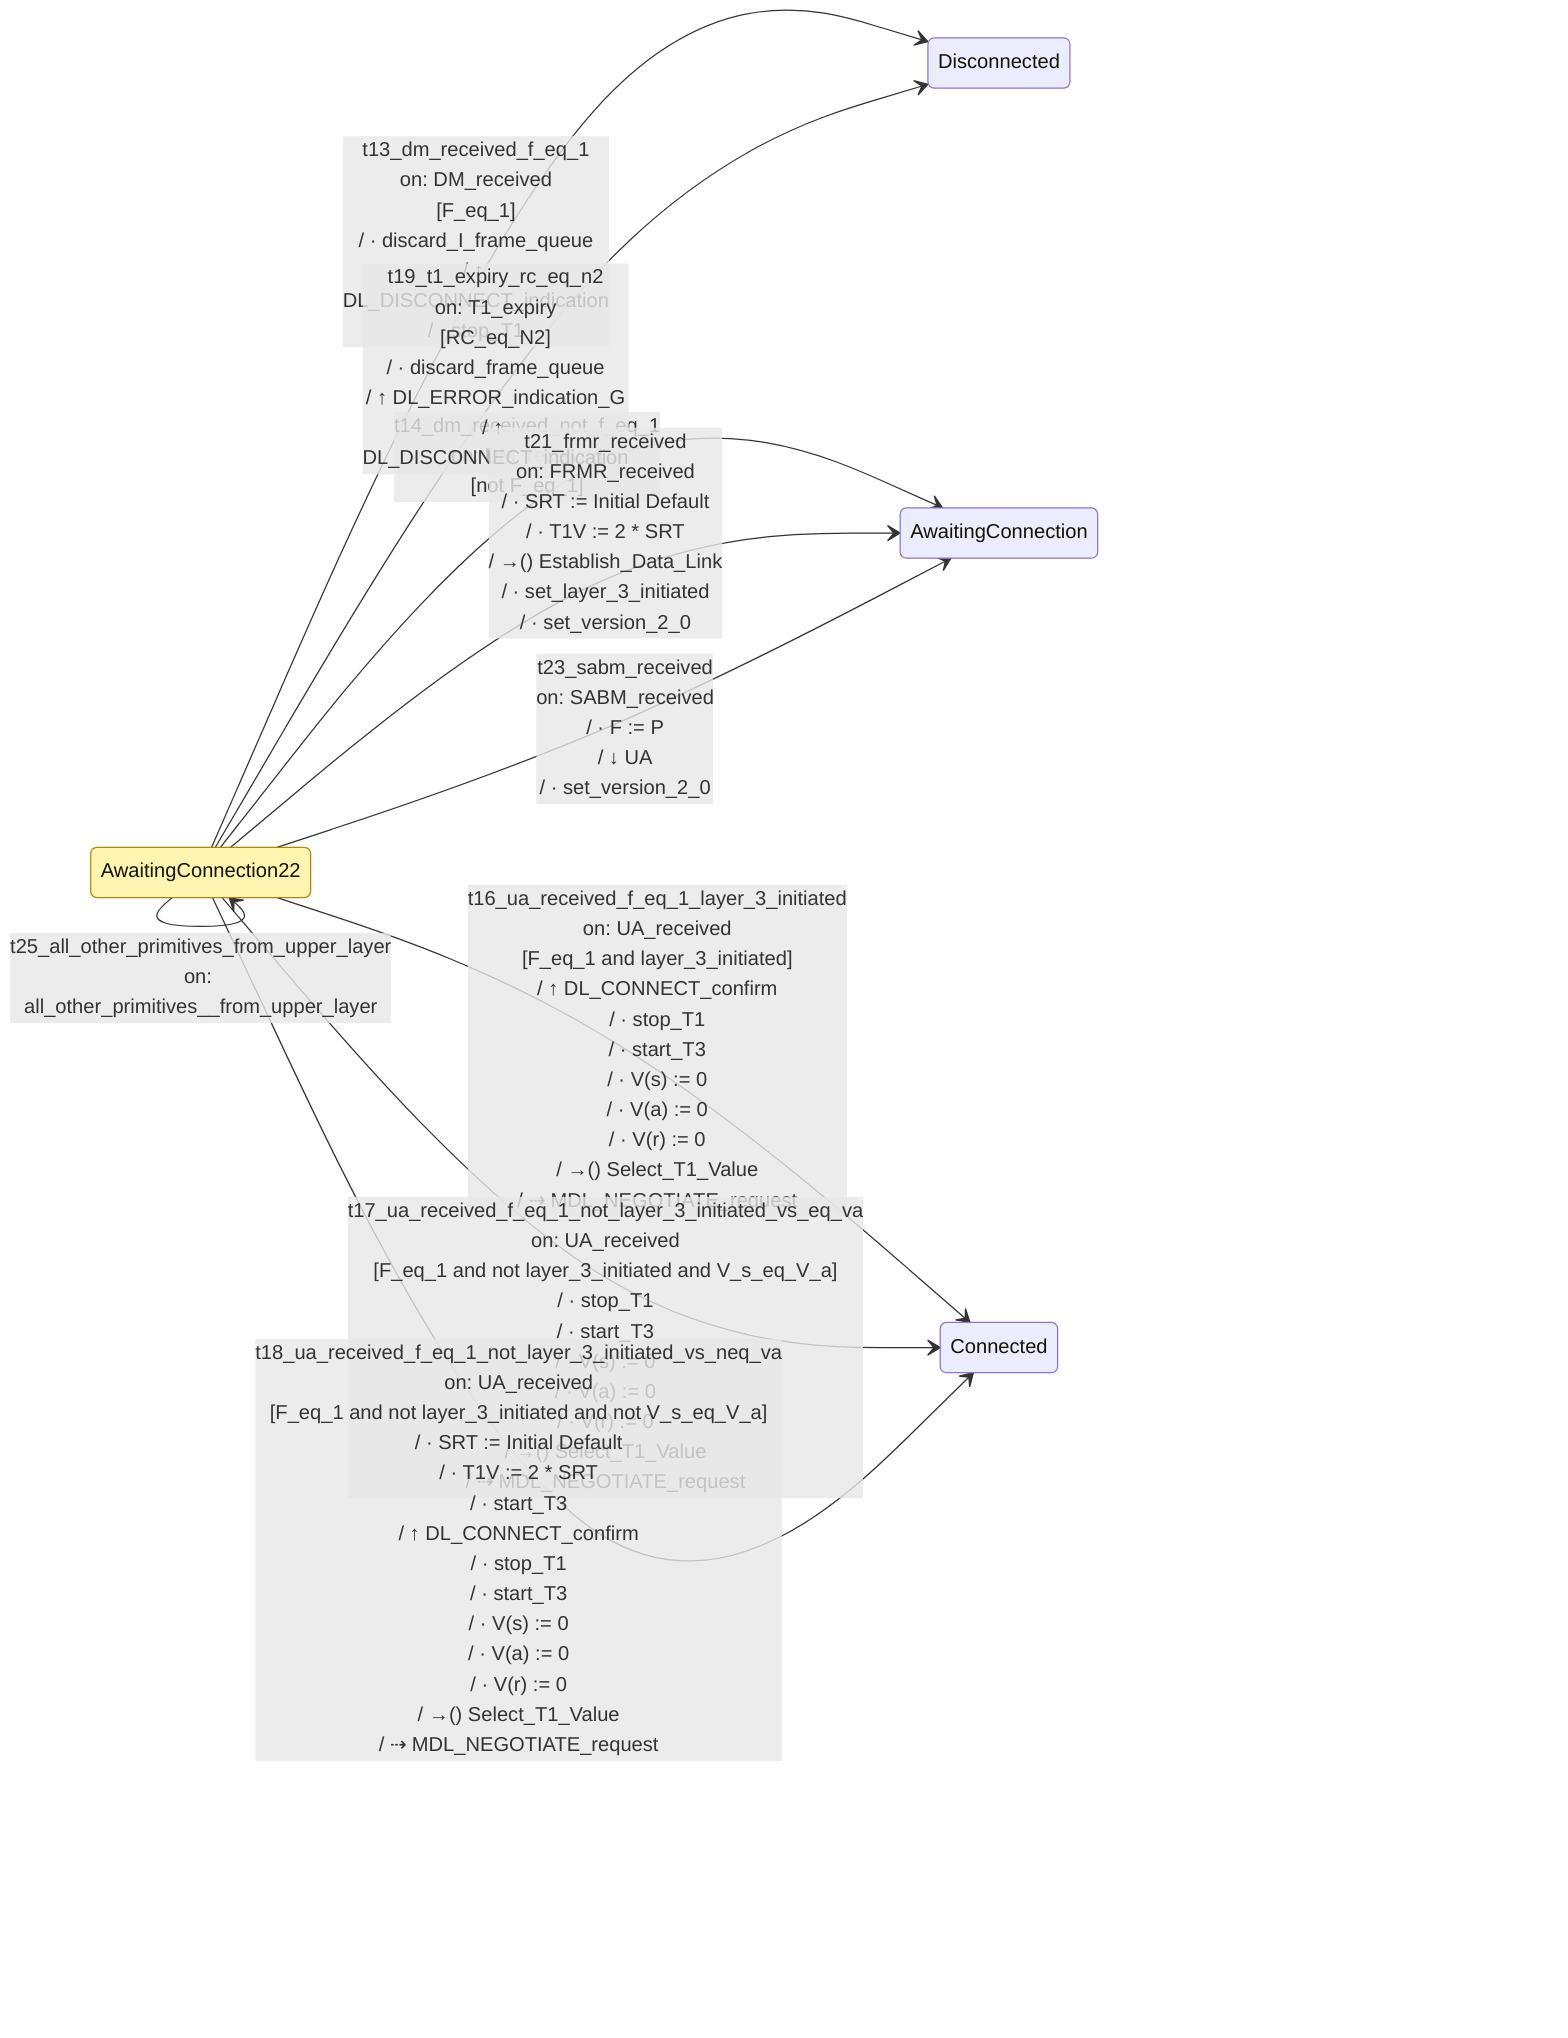
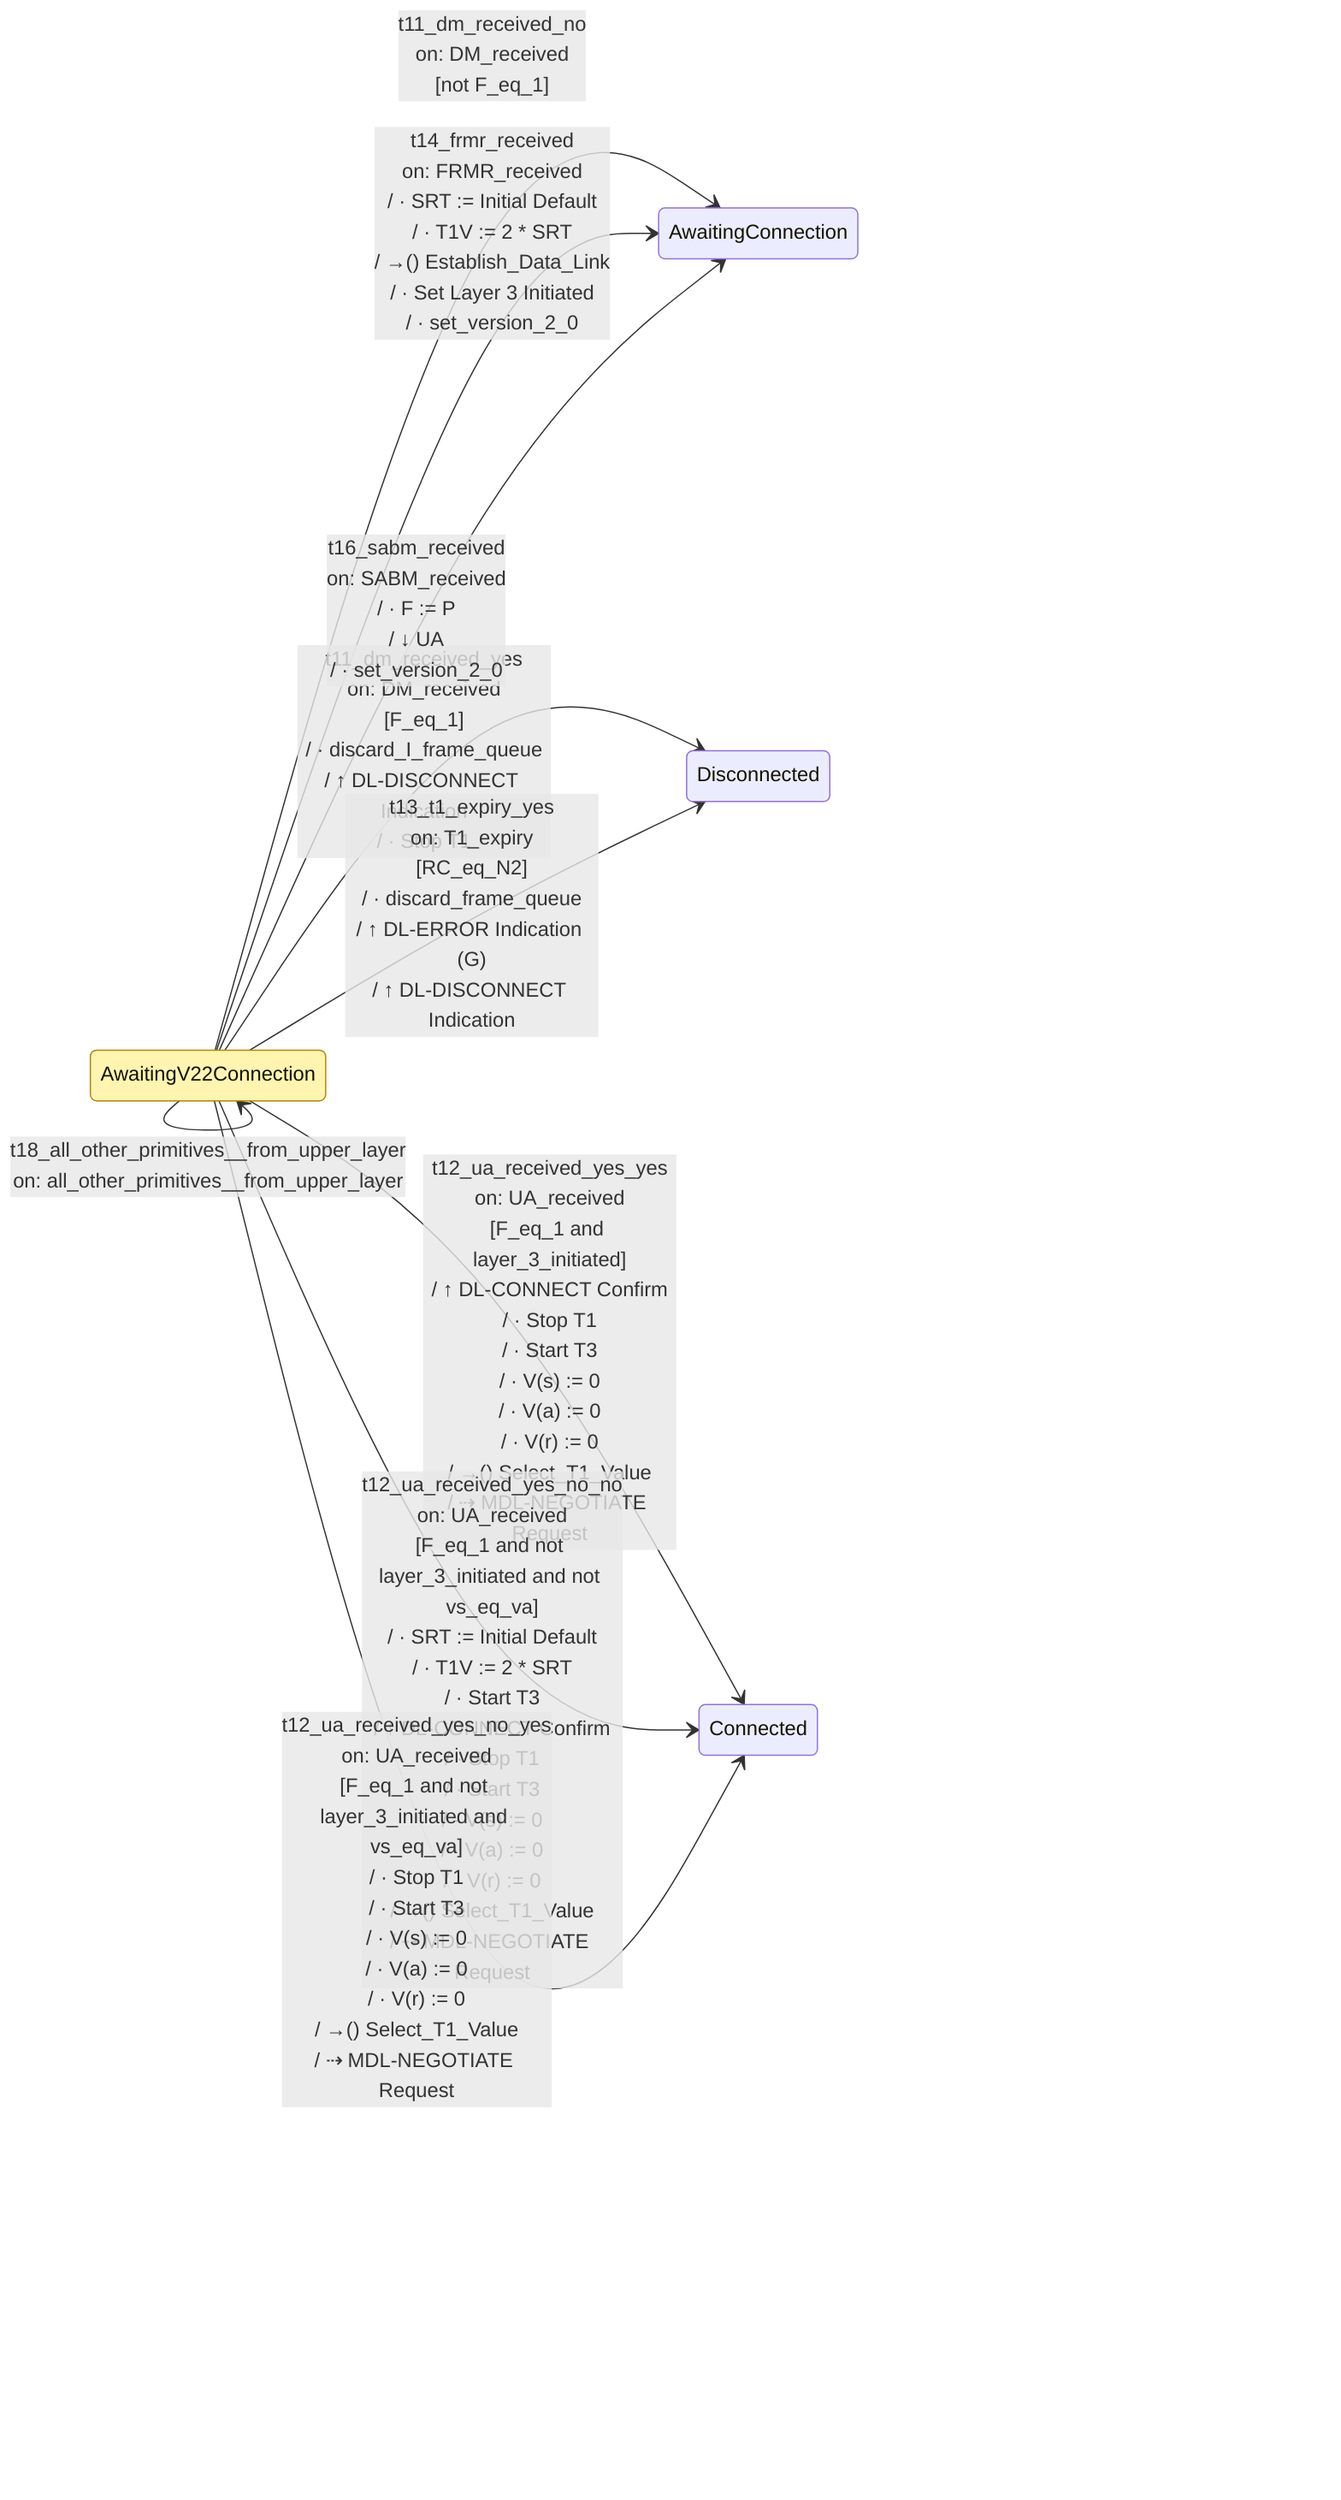
%% This file was produced by codegen/src/Packet.Sdl.CodeGen from spec-sdl/v2.2-errata/data-link/awaiting_v22_connection.sdl.yaml
%% Do not edit by hand. Run `dotnet run --project codegen/src/Packet.Sdl.CodeGen` to regenerate.
%%
%% Source: ax.25.2.2.4_Oct_25, figure figc4.6
- %% URL: https://raw.githubusercontent.com/packethacking/ax25spec/main/doc/media/figc4.6.png
%% Coverage: complete
%%
%% Important: this rendering is approximate and intentionally
%% looks nothing like the original SDL figure. It is a machine-
%% generated view of the transitions in the .sdl.yaml — useful
%% for spotting transcription bugs (missing transitions, wrong
%% destination state) but NOT a substitute for reading the spec
%% figure itself. See docs/sdl-primer.md.

stateDiagram-v2
    direction LR

    classDef focal fill:#fff5b1,stroke:#b08800;
-     class AwaitingConnection22 focal
-     AwaitingConnection22 --> AwaitingConnection22: t01_dl_connect_request<br/>on: DL_CONNECT_request<br/>/ · discard_queue<br/>/ · set_layer_3_initiated
-     AwaitingConnection22 --> AwaitingConnection22: t02_dl_unit_data_request<br/>on: DL_UNIT_DATA_request<br/>/ ↓ UI_command
-     AwaitingConnection22 --> AwaitingConnection22: t03_dl_data_request_layer_3_initiated<br/>on: DL_DATA_request<br/>[layer_3_initiated]
-     AwaitingConnection22 --> AwaitingConnection22: t04_dl_data_request_not_layer_3_initiated<br/>on: DL_DATA_request<br/>[not layer_3_initiated]<br/>/ ⇢ push_frame_on_queue
-     AwaitingConnection22 --> AwaitingConnection22: t05_i_frame_pops_off_queue_layer_3_initiated<br/>on: I_frame_pops_off_queue<br/>[layer_3_initiated]
-     AwaitingConnection22 --> AwaitingConnection22: t06_i_frame_pops_off_queue_not_layer_3_initiated<br/>on: I_frame_pops_off_queue<br/>[not layer_3_initiated]<br/>/ ⇢ push_frame_on_queue
-     AwaitingConnection22 --> AwaitingConnection22: t07_all_other_primitives_from_lower_layer<br/>on: all_other_primitives__from_lower_layer
-     AwaitingConnection22 --> AwaitingConnection22: t08_control_field_error<br/>on: control_field_error<br/>/ ↑ DL_ERROR_indication_L
-     AwaitingConnection22 --> AwaitingConnection22: t09_info_not_permitted_in_frame<br/>on: info_not_permitted_in_frame<br/>/ ↑ DL_ERROR_indication_M
-     AwaitingConnection22 --> AwaitingConnection22: t10_u_or_s_frame_length_error<br/>on: u_or_s_frame_length_error<br/>/ ↑ DL_ERROR_indication_N
-     AwaitingConnection22 --> AwaitingConnection22: t11_ui_received_p_eq_1<br/>on: UI_received<br/>[P_eq_1]<br/>/ →() UI_Check
-     AwaitingConnection22 --> AwaitingConnection22: t12_ui_received_not_p_eq_1<br/>on: UI_received<br/>[not P_eq_1]<br/>/ →() UI_Check<br/>/ ↓ DM (F = 1)
-     AwaitingConnection22 --> Disconnected: t13_dm_received_f_eq_1<br/>on: DM_received<br/>[F_eq_1]<br/>/ · discard_I_frame_queue<br/>/ ↑ DL_DISCONNECT_indication<br/>/ · stop_T1
-     AwaitingConnection22 --> AwaitingConnection: t14_dm_received_not_f_eq_1<br/>on: DM_received<br/>[not F_eq_1]
-     AwaitingConnection22 --> AwaitingConnection22: t15_ua_received_not_f_eq_1<br/>on: UA_received<br/>[not F_eq_1]<br/>/ ↑ DL_ERROR_indication_D
-     AwaitingConnection22 --> Connected: t16_ua_received_f_eq_1_layer_3_initiated<br/>on: UA_received<br/>[F_eq_1 and layer_3_initiated]<br/>/ ↑ DL_CONNECT_confirm<br/>/ · stop_T1<br/>/ · start_T3<br/>/ · V(s) := 0<br/>/ · V(a) := 0<br/>/ · V(r) := 0<br/>/ →() Select_T1_Value<br/>/ ⇢ MDL_NEGOTIATE_request
-     AwaitingConnection22 --> Connected: t17_ua_received_f_eq_1_not_layer_3_initiated_vs_eq_va<br/>on: UA_received<br/>[F_eq_1 and not layer_3_initiated and V_s_eq_V_a]<br/>/ · stop_T1<br/>/ · start_T3<br/>/ · V(s) := 0<br/>/ · V(a) := 0<br/>/ · V(r) := 0<br/>/ →() Select_T1_Value<br/>/ ⇢ MDL_NEGOTIATE_request
-     AwaitingConnection22 --> Connected: t18_ua_received_f_eq_1_not_layer_3_initiated_vs_neq_va<br/>on: UA_received<br/>[F_eq_1 and not layer_3_initiated and not V_s_eq_V_a]<br/>/ · SRT := Initial Default<br/>/ · T1V := 2 * SRT<br/>/ · start_T3<br/>/ ↑ DL_CONNECT_confirm<br/>/ · stop_T1<br/>/ · start_T3<br/>/ · V(s) := 0<br/>/ · V(a) := 0<br/>/ · V(r) := 0<br/>/ →() Select_T1_Value<br/>/ ⇢ MDL_NEGOTIATE_request
-     AwaitingConnection22 --> Disconnected: t19_t1_expiry_rc_eq_n2<br/>on: T1_expiry<br/>[RC_eq_N2]<br/>/ · discard_frame_queue<br/>/ ↑ DL_ERROR_indication_G<br/>/ ↑ DL_DISCONNECT_indication
-     AwaitingConnection22 --> AwaitingConnection22: t20_t1_expiry_rc_neq_n2<br/>on: T1_expiry<br/>[not RC_eq_N2]<br/>/ · RC := RC + 1<br/>/ ↓ SABME (P = 1)<br/>/ →() Select_T1_Value<br/>/ · start_T1
-     AwaitingConnection22 --> AwaitingConnection: t21_frmr_received<br/>on: FRMR_received<br/>/ · SRT := Initial Default<br/>/ · T1V := 2 * SRT<br/>/ →() Establish_Data_Link<br/>/ · set_layer_3_initiated<br/>/ · set_version_2_0
-     AwaitingConnection22 --> AwaitingConnection22: t22_sabme_received<br/>on: SABME_received<br/>/ · F := P<br/>/ ↓ UA
-     AwaitingConnection22 --> AwaitingConnection: t23_sabm_received<br/>on: SABM_received<br/>/ · F := P<br/>/ ↓ UA<br/>/ · set_version_2_0
-     AwaitingConnection22 --> AwaitingConnection22: t24_disc_received<br/>on: DISC_received<br/>/ · F := P<br/>/ ↓ DM
-     AwaitingConnection22 --> AwaitingConnection22: t25_all_other_primitives_from_upper_layer<br/>on: all_other_primitives__from_upper_layer
+     class AwaitingV22Connection focal
+     AwaitingV22Connection --> AwaitingV22Connection: t02_dl_connect_request<br/>on: DL_CONNECT_request<br/>/ · Discard Queue<br/>/ · Set Layer 3 Initiated
+     AwaitingV22Connection --> AwaitingV22Connection: t03_dl_unit_data_request<br/>on: DL_UNIT_DATA_request<br/>/ ↓ UI Command
+     AwaitingV22Connection --> AwaitingV22Connection: t04_dl_data_request_yes<br/>on: DL_DATA_request<br/>[layer_3_initiated]
+     AwaitingV22Connection --> AwaitingV22Connection: t04_dl_data_request_no<br/>on: DL_DATA_request<br/>[not layer_3_initiated]<br/>/ ⇢ push_frame_on_queue
+     AwaitingV22Connection --> AwaitingV22Connection: t05_i_frame_pops_off_queue_yes<br/>on: I_frame_pops_off_queue<br/>[layer_3_initiated]
+     AwaitingV22Connection --> AwaitingV22Connection: t05_i_frame_pops_off_queue_no<br/>on: I_frame_pops_off_queue<br/>[not layer_3_initiated]<br/>/ ⇢ push_frame_on_queue
+     AwaitingV22Connection --> AwaitingV22Connection: t06_all_other_primitives__from_lower_layer<br/>on: all_other_primitives__from_lower_layer
+     AwaitingV22Connection --> AwaitingV22Connection: t07_control_field_error<br/>on: control_field_error<br/>/ ↑ DL-ERROR Indication (L)
+     AwaitingV22Connection --> AwaitingV22Connection: t08_info_field_permitted_in_frame<br/>on: info_field_permitted_in_frame<br/>/ ↑ DL-ERROR Indication (M)
+     AwaitingV22Connection --> AwaitingV22Connection: t09_u_or_s_frame_length_error<br/>on: u_or_s_frame_length_error<br/>/ ↑ DL-ERROR Indication (N)
+     AwaitingV22Connection --> AwaitingV22Connection: t10_ui_received_no<br/>on: UI_received<br/>[not P_eq_1]<br/>/ →() UI Check<br/>/ ↓ DM (F = 1)
+     AwaitingV22Connection --> AwaitingV22Connection: t10_ui_received_yes<br/>on: UI_received<br/>[P_eq_1]<br/>/ →() UI Check
+     AwaitingV22Connection --> AwaitingConnection: t11_dm_received_no<br/>on: DM_received<br/>[not F_eq_1]
+     AwaitingV22Connection --> Disconnected: t11_dm_received_yes<br/>on: DM_received<br/>[F_eq_1]<br/>/ · discard_I_frame_queue<br/>/ ↑ DL-DISCONNECT Indication<br/>/ · Stop T1
+     AwaitingV22Connection --> AwaitingV22Connection: t12_ua_received_no<br/>on: UA_received<br/>[not F_eq_1]<br/>/ ↑ DL-ERROR Indication (D)
+     AwaitingV22Connection --> Connected: t12_ua_received_yes_yes<br/>on: UA_received<br/>[F_eq_1 and layer_3_initiated]<br/>/ ↑ DL-CONNECT Confirm<br/>/ · Stop T1<br/>/ · Start T3<br/>/ · V(s) := 0<br/>/ · V(a) := 0<br/>/ · V(r) := 0<br/>/ →() Select_T1_Value<br/>/ ⇢ MDL-NEGOTIATE Request
+     AwaitingV22Connection --> Connected: t12_ua_received_yes_no_no<br/>on: UA_received<br/>[F_eq_1 and not layer_3_initiated and not vs_eq_va]<br/>/ · SRT := Initial Default<br/>/ · T1V := 2 * SRT<br/>/ · Start T3<br/>/ ↑ DL-CONNECT Confirm<br/>/ · Stop T1<br/>/ · Start T3<br/>/ · V(s) := 0<br/>/ · V(a) := 0<br/>/ · V(r) := 0<br/>/ →() Select_T1_Value<br/>/ ⇢ MDL-NEGOTIATE Request
+     AwaitingV22Connection --> Connected: t12_ua_received_yes_no_yes<br/>on: UA_received<br/>[F_eq_1 and not layer_3_initiated and vs_eq_va]<br/>/ · Stop T1<br/>/ · Start T3<br/>/ · V(s) := 0<br/>/ · V(a) := 0<br/>/ · V(r) := 0<br/>/ →() Select_T1_Value<br/>/ ⇢ MDL-NEGOTIATE Request
+     AwaitingV22Connection --> Disconnected: t13_t1_expiry_yes<br/>on: T1_expiry<br/>[RC_eq_N2]<br/>/ · discard_frame_queue<br/>/ ↑ DL-ERROR Indication (G)<br/>/ ↑ DL-DISCONNECT Indication
+     AwaitingV22Connection --> AwaitingV22Connection: t13_t1_expiry_no<br/>on: T1_expiry<br/>[not RC_eq_N2]<br/>/ · RC := RC + 1<br/>/ ↓ SABME (P = 1)<br/>/ →() Select_T1_Value<br/>/ · Start T1
+     AwaitingV22Connection --> AwaitingConnection: t14_frmr_received<br/>on: FRMR_received<br/>/ · SRT := Initial Default<br/>/ · T1V := 2 * SRT<br/>/ →() Establish_Data_Link<br/>/ · Set Layer 3 Initiated<br/>/ · set_version_2_0
+     AwaitingV22Connection --> AwaitingV22Connection: t15_sabme_received<br/>on: SABME_received<br/>/ · F := P<br/>/ ↓ UA
+     AwaitingV22Connection --> AwaitingConnection: t16_sabm_received<br/>on: SABM_received<br/>/ · F := P<br/>/ ↓ UA<br/>/ · set_version_2_0
+     AwaitingV22Connection --> AwaitingV22Connection: t17_disc_received<br/>on: DISC_received<br/>/ · F := P<br/>/ ↓ DM
+     AwaitingV22Connection --> AwaitingV22Connection: t18_all_other_primitives__from_upper_layer<br/>on: all_other_primitives__from_upper_layer
